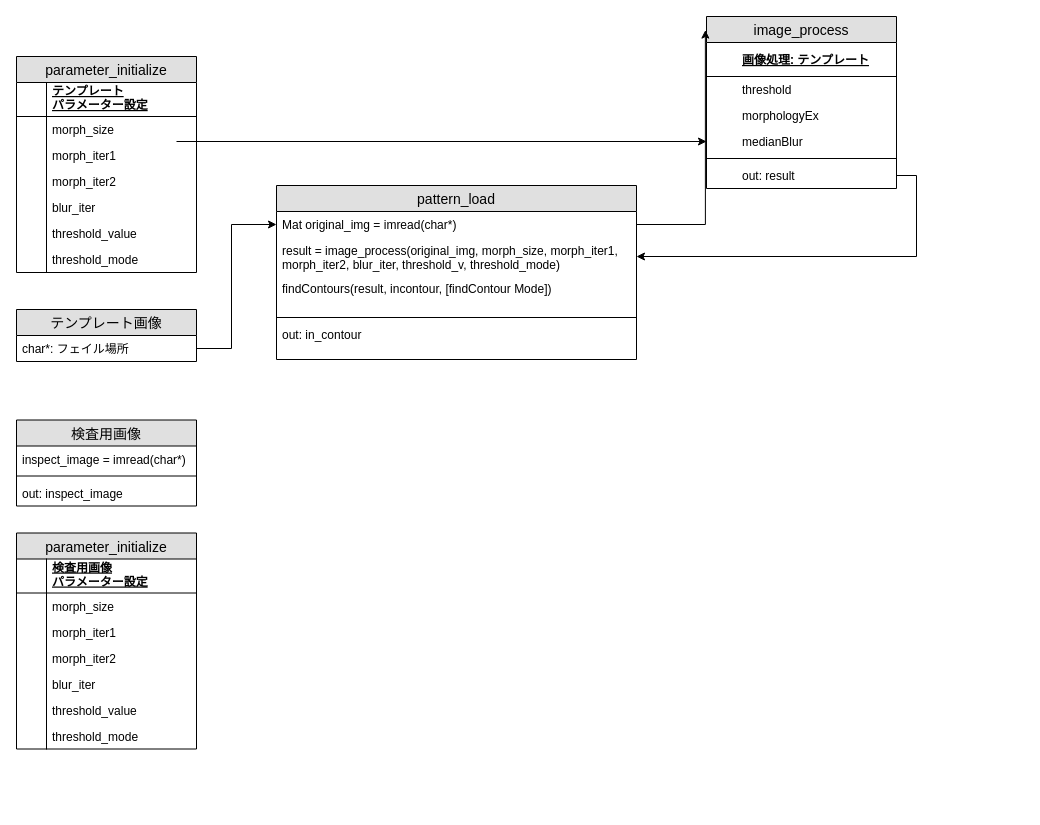
Before: Untitled Diagram.drawio in enderson1941/playground, a draw.io diagram. Source tidied: cells renumbered, new cells numbered last; positions are measured from the earlier drawing's top-left corner, leaving out a move shared by most shapes. Both pictures are drawn from the tidied source at 100%, with x=0, y=0 at pixel (16, 16).
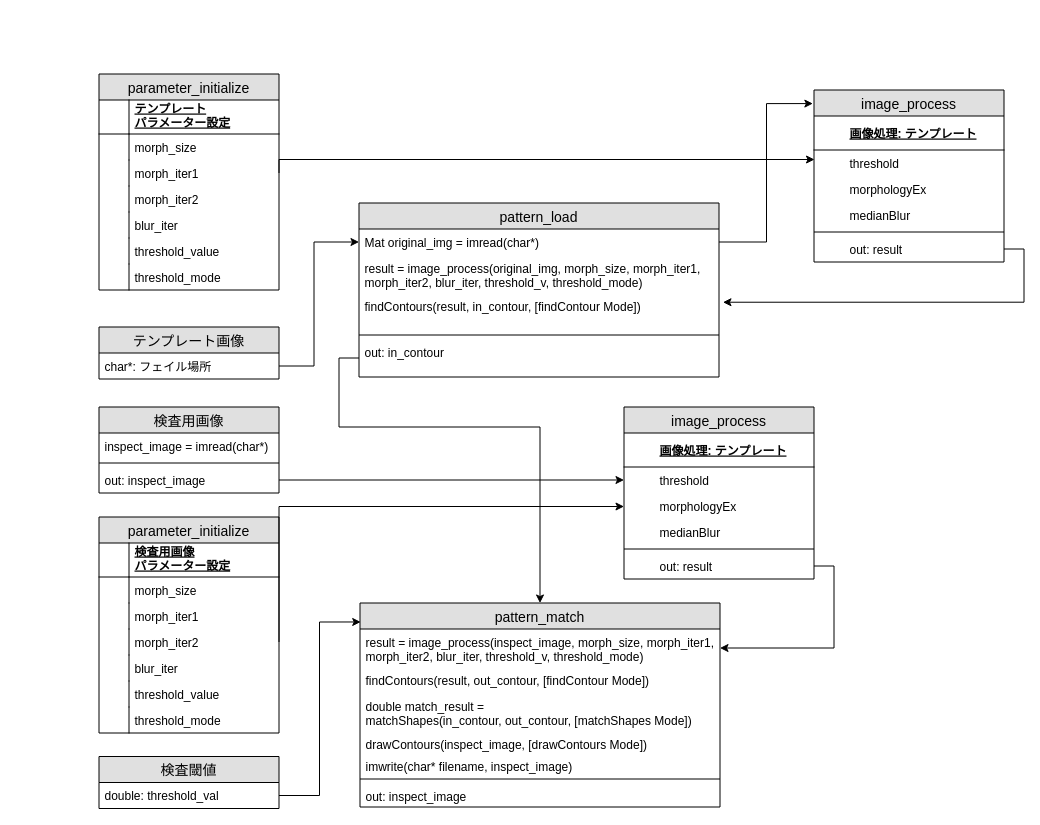
The same page after the edit.

Unchanged cells that the change refers to:
```xml
<mxCell id="3" value="Mat original_img = imread(char*)&#10;" style="text;strokeColor=none;fillColor=none;spacingLeft=4;spacingRight=4;overflow=hidden;points=[[0,0.5],[1,0.5]];portConstraint=eastwest;fontSize=12;" parent="2" vertex="1">
  <mxGeometry y="26" width="360" height="26" as="geometry" />
</mxCell>
<mxCell id="4" value="result = image_process(original_img, morph_size, morph_iter1, &#10;morph_iter2, blur_iter, threshold_v, threshold_mode)&#10;" style="text;strokeColor=none;fillColor=none;spacingLeft=4;spacingRight=4;overflow=hidden;points=[[0,0.5],[1,0.5]];portConstraint=eastwest;fontSize=12;" parent="2" vertex="1">
  <mxGeometry y="52" width="360" height="38" as="geometry" />
</mxCell>
<mxCell id="7" value="out: in_contour" style="text;strokeColor=none;fillColor=none;spacingLeft=4;spacingRight=4;overflow=hidden;points=[[0,0.5],[1,0.5]];portConstraint=eastwest;fontSize=12;" parent="2" vertex="1">
  <mxGeometry y="136" width="360" height="38" as="geometry" />
</mxCell>
<mxCell id="13" value="morph_iter1&#10;" style="shape=partialRectangle;top=0;left=0;right=0;bottom=0;align=left;verticalAlign=top;fillColor=none;spacingLeft=34;spacingRight=4;overflow=hidden;points=[[0,0.5],[1,0.5]];portConstraint=eastwest;fontSize=12;" parent="8" vertex="1">
  <mxGeometry y="86" width="180" height="26" as="geometry" />
</mxCell>
<mxCell id="24" value="char*: フェイル場所" style="text;strokeColor=none;fillColor=none;spacingLeft=4;spacingRight=4;overflow=hidden;points=[[0,0.5],[1,0.5]];portConstraint=eastwest;fontSize=12;" parent="23" vertex="1">
  <mxGeometry y="26" width="180" height="26" as="geometry" />
</mxCell>
<mxCell id="30" value="medianBlur" style="shape=partialRectangle;top=0;left=0;right=0;bottom=0;align=left;verticalAlign=top;fillColor=none;spacingLeft=34;spacingRight=4;overflow=hidden;points=[[0,0.5],[1,0.5]];portConstraint=eastwest;fontSize=12;" parent="26" vertex="1">
  <mxGeometry y="112" width="190" height="26" as="geometry" />
</mxCell>
<mxCell id="32" value="out: result&#10;" style="shape=partialRectangle;top=0;left=0;right=0;bottom=0;align=left;verticalAlign=top;fillColor=none;spacingLeft=34;spacingRight=4;overflow=hidden;points=[[0,0.5],[1,0.5]];portConstraint=eastwest;fontSize=12;" parent="26" vertex="1">
  <mxGeometry y="146" width="190" height="26" as="geometry" />
</mxCell>
<mxCell id="39" value="out: inspect_image&#10;" style="text;strokeColor=none;fillColor=none;spacingLeft=4;spacingRight=4;overflow=hidden;points=[[0,0.5],[1,0.5]];portConstraint=eastwest;fontSize=12;" parent="36" vertex="1">
  <mxGeometry y="60" width="180" height="26" as="geometry" />
</mxCell>
<mxCell id="47" value="morph_iter2&#10;" style="shape=partialRectangle;top=0;left=0;right=0;bottom=0;align=left;verticalAlign=top;fillColor=none;spacingLeft=34;spacingRight=4;overflow=hidden;points=[[0,0.5],[1,0.5]];portConstraint=eastwest;fontSize=12;" parent="40" vertex="1">
  <mxGeometry y="112" width="180" height="26" as="geometry" />
</mxCell>
```

Diff of the diagram source:
```diff
@@
     <mxCell id="2" value="pattern_load" style="swimlane;fontStyle=0;horizontal=1;startSize=26;fillColor=#e0e0e0;swimlaneFillColor=#ffffff;align=center;fontSize=14;" parent="1" vertex="1">
-      <mxGeometry x="260" y="169" width="360" height="174" as="geometry" />
+      <mxGeometry x="342.5" y="186.5" width="360" height="174" as="geometry" />
     </mxCell>
@@
-    <mxCell id="5" value="findContours(result, incontour, [findContour Mode])" style="text;strokeColor=none;fillColor=none;spacingLeft=4;spacingRight=4;overflow=hidden;points=[[0,0.5],[1,0.5]];portConstraint=eastwest;fontSize=12;" parent="2" vertex="1">
+    <mxCell id="5" value="findContours(result, in_contour, [findContour Mode])" style="text;strokeColor=none;fillColor=none;spacingLeft=4;spacingRight=4;overflow=hidden;points=[[0,0.5],[1,0.5]];portConstraint=eastwest;fontSize=12;" parent="2" vertex="1">
       <mxGeometry y="90" width="360" height="38" as="geometry" />
     </mxCell>
@@
     <mxCell id="8" value="parameter_initialize" style="swimlane;fontStyle=0;horizontal=1;startSize=26;fillColor=#e0e0e0;swimlaneFillColor=#ffffff;align=center;fontSize=14;" parent="1" vertex="1">
-      <mxGeometry y="40" width="180" height="216" as="geometry" />
+      <mxGeometry x="82.5" y="57.5" width="180" height="216" as="geometry" />
     </mxCell>
@@
     <mxCell id="23" value="テンプレート画像" style="swimlane;fontStyle=0;horizontal=1;startSize=26;fillColor=#e0e0e0;swimlaneFillColor=#ffffff;align=center;fontSize=14;" parent="1" vertex="1">
-      <mxGeometry y="293" width="180" height="52" as="geometry" />
+      <mxGeometry x="82.5" y="310.5" width="180" height="52" as="geometry" />
     </mxCell>
@@
     <mxCell id="25" style="edgeStyle=orthogonalEdgeStyle;rounded=0;jettySize=auto;html=1;exitX=1;exitY=0.5;exitDx=0;exitDy=0;entryX=0;entryY=0.5;entryDx=0;entryDy=0;" parent="1" edge="1" source="24" target="3">
       <mxGeometry relative="1" as="geometry">
         <Array as="points">
-          <mxPoint x="215" y="332" />
-          <mxPoint x="215" y="208" />
+          <mxPoint x="297.5" y="349.5" />
+          <mxPoint x="297.5" y="225.5" />
         </Array>
       </mxGeometry>
     </mxCell>
     <mxCell id="26" value="image_process" style="swimlane;fontStyle=0;horizontal=1;startSize=26;fillColor=#e0e0e0;swimlaneFillColor=#ffffff;align=center;fontSize=14;" parent="1" vertex="1">
-      <mxGeometry x="690" width="190" height="172" as="geometry" />
+      <mxGeometry x="797.5" y="73.5" width="190" height="172" as="geometry" />
     </mxCell>
@@
-    <mxCell id="33" style="edgeStyle=orthogonalEdgeStyle;rounded=0;jettySize=auto;html=1;entryX=0;entryY=0.5;entryDx=0;entryDy=0;" parent="1" edge="1" target="30">
+    <mxCell id="33" style="edgeStyle=orthogonalEdgeStyle;rounded=0;jettySize=auto;html=1;exitX=1;exitY=0.5;exitDx=0;exitDy=0;" parent="1" edge="1" source="13">
       <mxGeometry relative="1" as="geometry">
-        <mxPoint x="160" y="125" as="sourcePoint" />
+        <mxPoint x="798" y="143" as="targetPoint" />
         <Array as="points">
-          <mxPoint x="160" y="125" />
+          <mxPoint x="263" y="143" />
+          <mxPoint x="798" y="143" />
         </Array>
       </mxGeometry>
     </mxCell>
@@
-    <mxCell id="35" style="edgeStyle=orthogonalEdgeStyle;rounded=0;jettySize=auto;html=1;exitX=1;exitY=0.5;exitDx=0;exitDy=0;entryX=1;entryY=0.5;entryDx=0;entryDy=0;" parent="1" edge="1" source="32" target="4">
+    <mxCell id="35" style="edgeStyle=orthogonalEdgeStyle;rounded=0;jettySize=auto;html=1;exitX=1;exitY=0.5;exitDx=0;exitDy=0;entryX=1.011;entryY=0.243;entryDx=0;entryDy=0;entryPerimeter=0;" parent="1" edge="1" source="32" target="5">
       <mxGeometry relative="1" as="geometry" />
     </mxCell>
     <mxCell id="36" value="検査用画像" style="swimlane;fontStyle=0;horizontal=1;startSize=26;fillColor=#e0e0e0;swimlaneFillColor=#ffffff;align=center;fontSize=14;" parent="1" vertex="1">
-      <mxGeometry y="403.5" width="180" height="86" as="geometry" />
+      <mxGeometry x="82.5" y="390.5" width="180" height="86" as="geometry" />
     </mxCell>
@@
     <mxCell id="40" value="parameter_initialize" style="swimlane;fontStyle=0;horizontal=1;startSize=26;fillColor=#e0e0e0;swimlaneFillColor=#ffffff;align=center;fontSize=14;" parent="1" vertex="1">
-      <mxGeometry y="516.5" width="180" height="216" as="geometry" />
+      <mxGeometry x="82.5" y="500.5" width="180" height="216" as="geometry" />
     </mxCell>
@@
+    <mxCell id="55" value="pattern_match" style="swimlane;fontStyle=0;horizontal=1;startSize=26;fillColor=#e0e0e0;swimlaneFillColor=#ffffff;align=center;fontSize=14;" parent="1" vertex="1">
+      <mxGeometry x="343.5" y="586.5" width="360" height="204" as="geometry" />
+    </mxCell>
+    <mxCell id="56" value="result = image_process(inspect_image, morph_size, morph_iter1, &#10;morph_iter2, blur_iter, threshold_v, threshold_mode)&#10;" style="text;strokeColor=none;fillColor=none;spacingLeft=4;spacingRight=4;overflow=hidden;points=[[0,0.5],[1,0.5]];portConstraint=eastwest;fontSize=12;" parent="55" vertex="1">
+      <mxGeometry y="26" width="360" height="38" as="geometry" />
+    </mxCell>
+    <mxCell id="57" value="findContours(result, out_contour, [findContour Mode])" style="text;strokeColor=none;fillColor=none;spacingLeft=4;spacingRight=4;overflow=hidden;fontSize=12;" parent="55" vertex="1">
+      <mxGeometry y="64" width="360" height="26" as="geometry" />
+    </mxCell>
+    <mxCell id="58" value="double match_result = &#10;matchShapes(in_contour, out_contour, [matchShapes Mode])&#10;" style="text;strokeColor=none;fillColor=none;spacingLeft=4;spacingRight=4;overflow=hidden;fontSize=12;" parent="55" vertex="1">
+      <mxGeometry y="90" width="360" height="38" as="geometry" />
+    </mxCell>
+    <mxCell id="59" value="drawContours(inspect_image, [drawContours Mode])&#10;" style="text;strokeColor=none;fillColor=none;spacingLeft=4;spacingRight=4;overflow=hidden;fontSize=12;" parent="55" vertex="1">
+      <mxGeometry y="128" width="360" height="22" as="geometry" />
+    </mxCell>
+    <mxCell id="60" value="imwrite(char* filename, inspect_image)" style="text;strokeColor=none;fillColor=none;spacingLeft=4;spacingRight=4;overflow=hidden;fontSize=12;" parent="55" vertex="1">
+      <mxGeometry y="150" width="360" height="22" as="geometry" />
+    </mxCell>
+    <mxCell id="61" style="line;strokeWidth=1;fillColor=none;align=left;verticalAlign=middle;spacingTop=-1;spacingLeft=3;spacingRight=3;labelPosition=right;fontSize=12;" parent="55" vertex="1">
+      <mxGeometry y="172" width="360" height="8" as="geometry" />
+    </mxCell>
+    <mxCell id="62" value="out: inspect_image" style="text;strokeColor=none;fillColor=none;spacingLeft=4;spacingRight=4;overflow=hidden;fontSize=12;" parent="55" vertex="1">
+      <mxGeometry y="180" width="360" height="24" as="geometry" />
+    </mxCell>
+    <mxCell id="63" style="edgeStyle=orthogonalEdgeStyle;rounded=0;jettySize=auto;html=1;exitX=1;exitY=0.5;exitDx=0;exitDy=0;entryX=0;entryY=0.5;entryDx=0;entryDy=0;" parent="1" edge="1" source="39" target="69">
+      <mxGeometry relative="1" as="geometry" />
+    </mxCell>
+    <mxCell id="64" value="検査閾値" style="swimlane;fontStyle=0;horizontal=1;startSize=26;fillColor=#e0e0e0;swimlaneFillColor=#ffffff;align=center;fontSize=14;" parent="1" vertex="1">
+      <mxGeometry x="82.5" y="740" width="180" height="52" as="geometry" />
+    </mxCell>
+    <mxCell id="65" value="double: threshold_val&#10;" style="text;strokeColor=none;fillColor=none;spacingLeft=4;spacingRight=4;overflow=hidden;points=[[0,0.5],[1,0.5]];portConstraint=eastwest;fontSize=12;" parent="64" vertex="1">
+      <mxGeometry y="26" width="180" height="26" as="geometry" />
+    </mxCell>
+    <mxCell id="66" style="edgeStyle=orthogonalEdgeStyle;rounded=0;jettySize=auto;html=1;exitX=1;exitY=0.5;exitDx=0;exitDy=0;entryX=0.002;entryY=0.093;entryDx=0;entryDy=0;entryPerimeter=0;" parent="1" edge="1" source="65" target="55">
+      <mxGeometry relative="1" as="geometry" />
+    </mxCell>
+    <mxCell id="67" value="image_process" style="swimlane;fontStyle=0;horizontal=1;startSize=26;fillColor=#e0e0e0;swimlaneFillColor=#ffffff;align=center;fontSize=14;" parent="1" vertex="1">
+      <mxGeometry x="607.5" y="390.5" width="190" height="172" as="geometry" />
+    </mxCell>
+    <mxCell id="68" value="画像処理: テンプレート" style="shape=partialRectangle;top=0;left=0;right=0;bottom=1;align=left;verticalAlign=middle;fillColor=none;spacingLeft=34;spacingRight=4;overflow=hidden;fontStyle=5;fontSize=12;" parent="67" vertex="1">
+      <mxGeometry y="26" width="190" height="34" as="geometry" />
+    </mxCell>
+    <mxCell id="69" value="threshold" style="shape=partialRectangle;top=0;left=0;right=0;bottom=0;align=left;verticalAlign=top;fillColor=none;spacingLeft=34;spacingRight=4;overflow=hidden;points=[[0,0.5],[1,0.5]];portConstraint=eastwest;fontSize=12;" parent="67" vertex="1">
+      <mxGeometry y="60" width="190" height="26" as="geometry" />
+    </mxCell>
+    <mxCell id="70" value="morphologyEx" style="shape=partialRectangle;top=0;left=0;right=0;bottom=0;align=left;verticalAlign=top;fillColor=none;spacingLeft=34;spacingRight=4;overflow=hidden;points=[[0,0.5],[1,0.5]];portConstraint=eastwest;fontSize=12;" parent="67" vertex="1">
+      <mxGeometry y="86" width="190" height="26" as="geometry" />
+    </mxCell>
+    <mxCell id="71" value="medianBlur" style="shape=partialRectangle;top=0;left=0;right=0;bottom=0;align=left;verticalAlign=top;fillColor=none;spacingLeft=34;spacingRight=4;overflow=hidden;fontSize=12;" parent="67" vertex="1">
+      <mxGeometry y="112" width="190" height="26" as="geometry" />
+    </mxCell>
+    <mxCell id="72" style="line;strokeWidth=1;fillColor=none;align=left;verticalAlign=middle;spacingTop=-1;spacingLeft=3;spacingRight=3;labelPosition=right;fontSize=12;" parent="67" vertex="1">
+      <mxGeometry y="138" width="190" height="8" as="geometry" />
+    </mxCell>
+    <mxCell id="73" value="out: result&#10;" style="shape=partialRectangle;top=0;left=0;right=0;bottom=0;align=left;verticalAlign=top;fillColor=none;spacingLeft=34;spacingRight=4;overflow=hidden;points=[[0,0.5],[1,0.5]];portConstraint=eastwest;fontSize=12;" parent="67" vertex="1">
+      <mxGeometry y="146" width="190" height="26" as="geometry" />
+    </mxCell>
+    <mxCell id="74" style="edgeStyle=orthogonalEdgeStyle;rounded=0;jettySize=auto;html=1;exitX=1;exitY=0.5;exitDx=0;exitDy=0;" parent="1" edge="1" source="47" target="70">
+      <mxGeometry relative="1" as="geometry">
+        <Array as="points">
+          <mxPoint x="263" y="490" />
+        </Array>
+      </mxGeometry>
+    </mxCell>
+    <mxCell id="75" style="edgeStyle=orthogonalEdgeStyle;rounded=0;jettySize=auto;html=1;exitX=1;exitY=0.5;exitDx=0;exitDy=0;entryX=1;entryY=0.5;entryDx=0;entryDy=0;" parent="1" edge="1" source="73" target="56">
+      <mxGeometry relative="1" as="geometry" />
+    </mxCell>
+    <mxCell id="76" style="edgeStyle=orthogonalEdgeStyle;rounded=0;jettySize=auto;html=1;exitX=0;exitY=0.5;exitDx=0;exitDy=0;entryX=0.5;entryY=0;entryDx=0;entryDy=0;" parent="1" edge="1" source="7" target="55">
+      <mxGeometry relative="1" as="geometry">
+        <Array as="points">
+          <mxPoint x="322.5" y="341.5" />
+          <mxPoint x="322.5" y="410.5" />
+          <mxPoint x="523.5" y="410.5" />
+        </Array>
+      </mxGeometry>
+    </mxCell>
```
